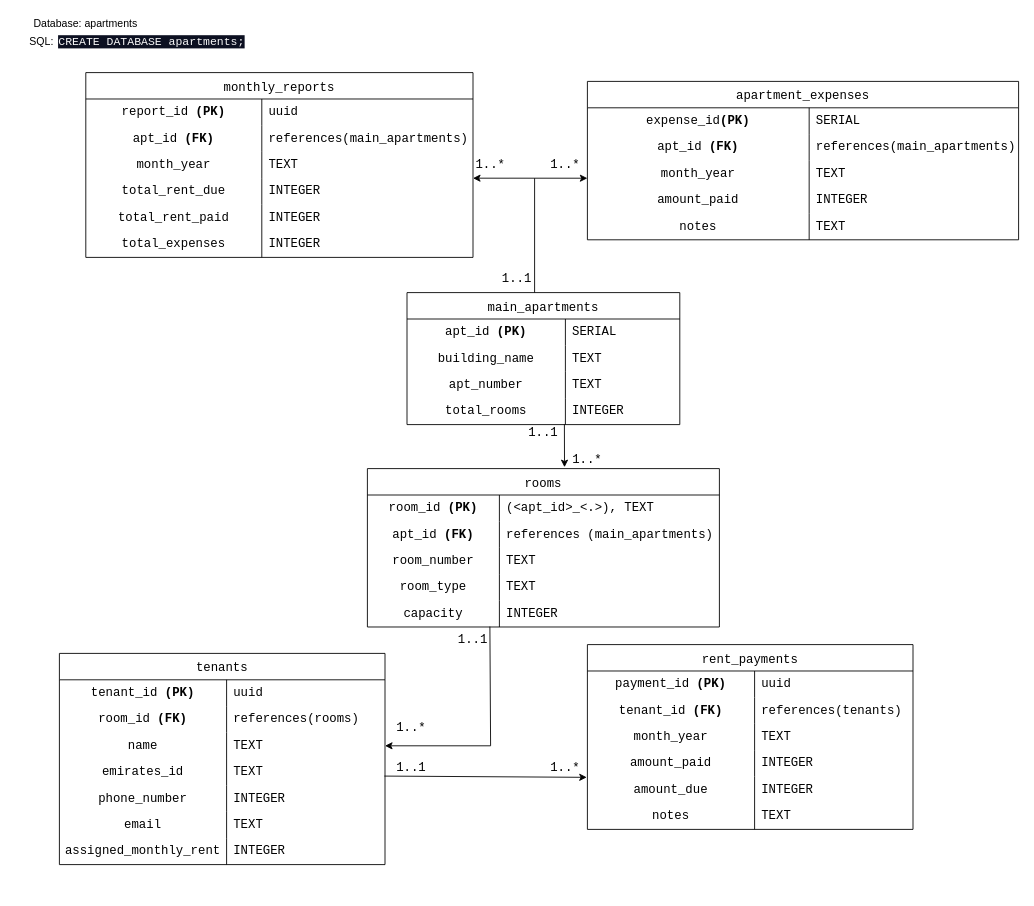
buudi/system-beta keeps this draw.io diagram as server-beta/db/Documentation/Entities.drawio. Above is the earlier version. Source tidied: cells renumbered, new cells numbered last; positions are measured from the earlier drawing's top-left corner, leaving out a move shared by most shapes. Both pictures are drawn from the tidied source at 88%, with x=0, y=0 at pixel (15, 15).
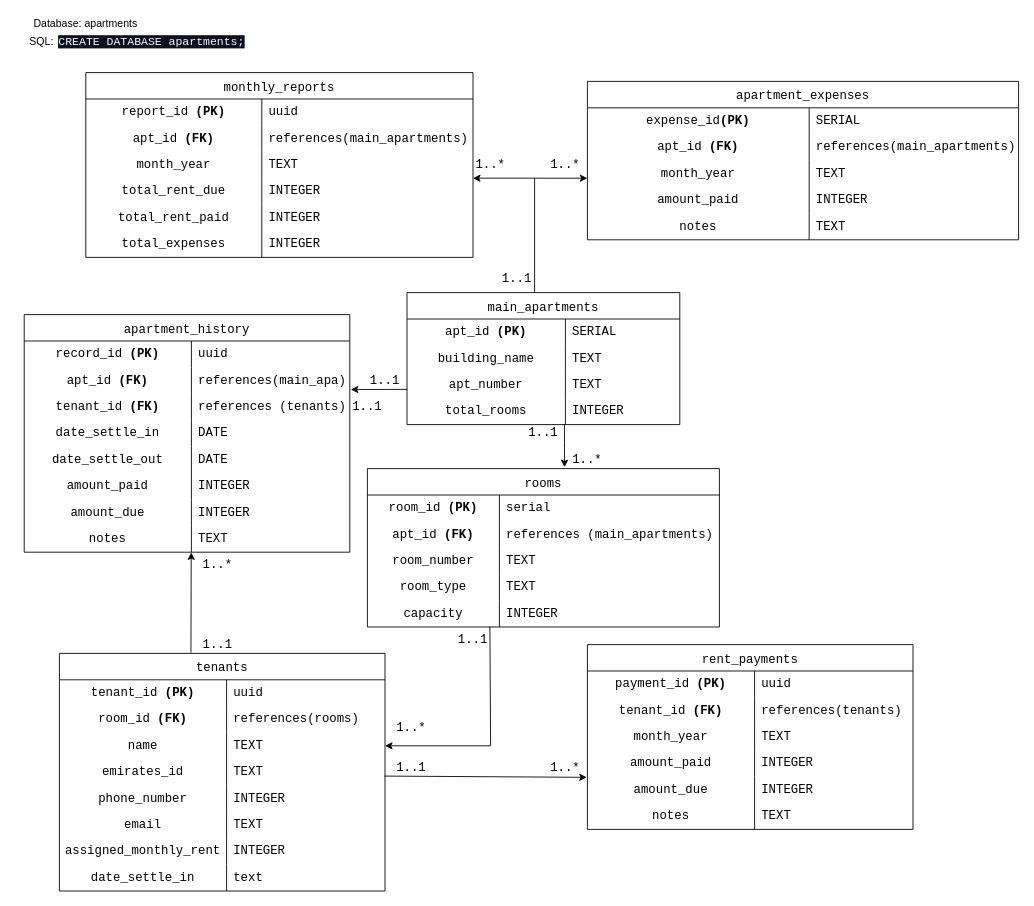
After the change.

The change refers to these unchanged cells:
```xml
<mxCell id="12" style="shape=tableRow;horizontal=0;startSize=0;swimlaneHead=0;swimlaneBody=0;top=0;left=0;bottom=0;right=0;fillColor=none;points=[[0,0.5],[1,0.5]];portConstraint=eastwest;strokeColor=inherit;fontSize=16;fontFamily=Courier New;" parent="5" vertex="1">
  <mxGeometry y="90" width="310" height="30" as="geometry" />
</mxCell>
<mxCell id="15" style="shape=tableRow;horizontal=0;startSize=0;swimlaneHead=0;swimlaneBody=0;top=0;left=0;bottom=0;right=0;fillColor=none;points=[[0,0.5],[1,0.5]];portConstraint=eastwest;strokeColor=inherit;fontSize=16;fontFamily=Courier New;" parent="5" vertex="1">
  <mxGeometry y="120" width="310" height="30" as="geometry" />
</mxCell>
<mxCell id="18" value="rooms" style="shape=table;startSize=30;childLayout=tableLayout;rowLines=0;fontStyle=0;strokeColor=default;fontSize=14;fontFamily=Courier New;" parent="1" vertex="1">
  <mxGeometry x="400" y="515" width="400" height="180" as="geometry" />
</mxCell>
<mxCell id="19" style="shape=tableRow;horizontal=0;startSize=0;swimlaneHead=0;swimlaneBody=0;top=0;left=0;bottom=0;right=0;fillColor=none;strokeColor=inherit;fontSize=16;fontFamily=Courier New;" parent="18" vertex="1">
  <mxGeometry y="30" width="400" height="30" as="geometry" />
</mxCell>
```

The edit, as a diff of the source:
```diff
@@
-    <mxCell id="21" value="(&amp;lt;apt_id&amp;gt;_&amp;lt;.&amp;gt;), TEXT" style="shape=partialRectangle;html=1;whiteSpace=wrap;fillColor=none;top=0;left=0;bottom=0;right=0;align=left;spacingLeft=6;overflow=hidden;strokeColor=inherit;fontSize=14;fontFamily=Courier New;" parent="19" vertex="1">
+    <mxCell id="21" value="serial" style="shape=partialRectangle;html=1;whiteSpace=wrap;fillColor=none;top=0;left=0;bottom=0;right=0;align=left;spacingLeft=6;overflow=hidden;strokeColor=inherit;fontSize=14;fontFamily=Courier New;" parent="19" vertex="1">
       <mxGeometry x="150" width="250" height="30" as="geometry" />
     </mxCell>
@@
     <mxCell id="34" value="tenants" style="shape=table;startSize=30;childLayout=tableLayout;rowLines=0;fontStyle=0;strokeColor=default;fontSize=14;fontFamily=Courier New;" parent="1" vertex="1">
-      <mxGeometry x="50" y="725" width="370" height="240" as="geometry" />
+      <mxGeometry x="50" y="725" width="370" height="270" as="geometry" />
     </mxCell>
@@
+    <mxCell id="124" style="shape=tableRow;horizontal=0;startSize=0;swimlaneHead=0;swimlaneBody=0;top=0;left=0;bottom=0;right=0;fillColor=none;strokeColor=inherit;fontSize=16;fontFamily=Courier New;" parent="34" vertex="1">
+      <mxGeometry y="240" width="370" height="30" as="geometry" />
+    </mxCell>
+    <mxCell id="125" value="date_settle_in" style="shape=partialRectangle;html=1;whiteSpace=wrap;fillColor=none;top=0;left=0;bottom=0;right=0;overflow=hidden;strokeColor=inherit;fontSize=14;fontFamily=Courier New;" parent="124" vertex="1">
+      <mxGeometry width="190" height="30" as="geometry" />
+    </mxCell>
+    <mxCell id="126" value="text" style="shape=partialRectangle;html=1;whiteSpace=wrap;fillColor=none;top=0;left=0;bottom=0;right=0;align=left;spacingLeft=6;overflow=hidden;strokeColor=inherit;fontSize=14;fontFamily=Courier New;" parent="124" vertex="1">
+      <mxGeometry x="190" width="180" height="30" as="geometry" />
+    </mxCell>
@@
     <mxCell id="115" style="endArrow=classic;html=1;rounded=0;fontFamily=Courier New;fontSize=14;exitX=0.577;exitY=0.99;exitDx=0;exitDy=0;exitPerimeter=0;entryX=0.56;entryY=-0.009;entryDx=0;entryDy=0;entryPerimeter=0;" parent="1" edge="1" source="15" target="18">
-      <mxGeometry relative="1" as="geometry" />
+      <mxGeometry relative="1" as="geometry">
+        <Array as="points">
+          <mxPoint x="624" y="485" />
+        </Array>
+      </mxGeometry>
     </mxCell>
@@
+    <mxCell id="127" value="apartment_history" style="shape=table;startSize=30;childLayout=tableLayout;rowLines=0;fontStyle=0;strokeColor=default;fontSize=14;fontFamily=Courier New;" parent="1" vertex="1">
+      <mxGeometry x="10" y="340" width="370" height="270" as="geometry" />
+    </mxCell>
+    <mxCell id="128" style="shape=tableRow;horizontal=0;startSize=0;swimlaneHead=0;swimlaneBody=0;top=0;left=0;bottom=0;right=0;fillColor=none;strokeColor=inherit;fontSize=16;fontFamily=Courier New;" parent="127" vertex="1">
+      <mxGeometry y="30" width="370" height="30" as="geometry" />
+    </mxCell>
+    <mxCell id="129" value="record_id &lt;b&gt;(PK)&lt;/b&gt;" style="shape=partialRectangle;html=1;whiteSpace=wrap;fillColor=none;top=0;left=0;bottom=0;right=0;overflow=hidden;strokeColor=inherit;fontSize=14;fontFamily=Courier New;" parent="128" vertex="1">
+      <mxGeometry width="190" height="30" as="geometry" />
+    </mxCell>
+    <mxCell id="130" value="uuid" style="shape=partialRectangle;html=1;whiteSpace=wrap;fillColor=none;top=0;left=0;bottom=0;right=0;align=left;spacingLeft=6;overflow=hidden;strokeColor=inherit;fontSize=14;fontFamily=Courier New;" parent="128" vertex="1">
+      <mxGeometry x="190" width="180" height="30" as="geometry" />
+    </mxCell>
+    <mxCell id="131" style="shape=tableRow;horizontal=0;startSize=0;swimlaneHead=0;swimlaneBody=0;top=0;left=0;bottom=0;right=0;fillColor=none;points=[[0,0.5],[1,0.5]];portConstraint=eastwest;strokeColor=inherit;fontSize=16;fontFamily=Courier New;" parent="127" vertex="1">
+      <mxGeometry y="60" width="370" height="30" as="geometry" />
+    </mxCell>
+    <mxCell id="132" value="apt_id&amp;nbsp;&lt;b&gt;(FK)&lt;/b&gt;" style="shape=partialRectangle;html=1;whiteSpace=wrap;fillColor=none;top=0;left=0;bottom=0;right=0;overflow=hidden;strokeColor=inherit;fontSize=14;fontFamily=Courier New;" parent="131" vertex="1">
+      <mxGeometry width="190" height="30" as="geometry" />
+    </mxCell>
+    <mxCell id="133" value="references(main_apa)" style="shape=partialRectangle;html=1;whiteSpace=wrap;fillColor=none;top=0;left=0;bottom=0;right=0;align=left;spacingLeft=6;overflow=hidden;strokeColor=inherit;fontSize=14;fontFamily=Courier New;" parent="131" vertex="1">
+      <mxGeometry x="190" width="180" height="30" as="geometry" />
+    </mxCell>
+    <mxCell id="134" style="shape=tableRow;horizontal=0;startSize=0;swimlaneHead=0;swimlaneBody=0;top=0;left=0;bottom=0;right=0;fillColor=none;strokeColor=inherit;fontSize=16;fontFamily=Courier New;" parent="127" vertex="1">
+      <mxGeometry y="90" width="370" height="30" as="geometry" />
+    </mxCell>
+    <mxCell id="135" value="tenant_id &lt;b&gt;(FK)&lt;/b&gt;" style="shape=partialRectangle;html=1;whiteSpace=wrap;fillColor=none;top=0;left=0;bottom=0;right=0;overflow=hidden;strokeColor=inherit;fontSize=14;fontFamily=Courier New;" parent="134" vertex="1">
+      <mxGeometry width="190" height="30" as="geometry" />
+    </mxCell>
+    <mxCell id="136" value="references (tenants)" style="shape=partialRectangle;html=1;whiteSpace=wrap;fillColor=none;top=0;left=0;bottom=0;right=0;align=left;spacingLeft=6;overflow=hidden;strokeColor=inherit;fontSize=14;fontFamily=Courier New;" parent="134" vertex="1">
+      <mxGeometry x="190" width="180" height="30" as="geometry" />
+    </mxCell>
+    <mxCell id="137" style="shape=tableRow;horizontal=0;startSize=0;swimlaneHead=0;swimlaneBody=0;top=0;left=0;bottom=0;right=0;fillColor=none;strokeColor=inherit;fontSize=16;fontFamily=Courier New;" parent="127" vertex="1">
+      <mxGeometry y="120" width="370" height="30" as="geometry" />
+    </mxCell>
+    <mxCell id="138" value="date_settle_in" style="shape=partialRectangle;html=1;whiteSpace=wrap;fillColor=none;top=0;left=0;bottom=0;right=0;overflow=hidden;strokeColor=inherit;fontSize=14;fontFamily=Courier New;" parent="137" vertex="1">
+      <mxGeometry width="190" height="30" as="geometry" />
+    </mxCell>
+    <mxCell id="139" value="DATE" style="shape=partialRectangle;html=1;whiteSpace=wrap;fillColor=none;top=0;left=0;bottom=0;right=0;align=left;spacingLeft=6;overflow=hidden;strokeColor=inherit;fontSize=14;fontFamily=Courier New;" parent="137" vertex="1">
+      <mxGeometry x="190" width="180" height="30" as="geometry" />
+    </mxCell>
+    <mxCell id="140" style="shape=tableRow;horizontal=0;startSize=0;swimlaneHead=0;swimlaneBody=0;top=0;left=0;bottom=0;right=0;fillColor=none;strokeColor=inherit;fontSize=16;fontFamily=Courier New;" parent="127" vertex="1">
+      <mxGeometry y="150" width="370" height="30" as="geometry" />
+    </mxCell>
+    <mxCell id="141" value="date_settle_out" style="shape=partialRectangle;html=1;whiteSpace=wrap;fillColor=none;top=0;left=0;bottom=0;right=0;overflow=hidden;strokeColor=inherit;fontSize=14;fontFamily=Courier New;" parent="140" vertex="1">
+      <mxGeometry width="190" height="30" as="geometry" />
+    </mxCell>
+    <mxCell id="142" value="DATE" style="shape=partialRectangle;html=1;whiteSpace=wrap;fillColor=none;top=0;left=0;bottom=0;right=0;align=left;spacingLeft=6;overflow=hidden;strokeColor=inherit;fontSize=14;fontFamily=Courier New;" parent="140" vertex="1">
+      <mxGeometry x="190" width="180" height="30" as="geometry" />
+    </mxCell>
+    <mxCell id="143" style="shape=tableRow;horizontal=0;startSize=0;swimlaneHead=0;swimlaneBody=0;top=0;left=0;bottom=0;right=0;fillColor=none;strokeColor=inherit;fontSize=16;fontFamily=Courier New;" parent="127" vertex="1">
+      <mxGeometry y="180" width="370" height="30" as="geometry" />
+    </mxCell>
+    <mxCell id="144" value="amount_paid" style="shape=partialRectangle;html=1;whiteSpace=wrap;fillColor=none;top=0;left=0;bottom=0;right=0;overflow=hidden;strokeColor=inherit;fontSize=14;fontFamily=Courier New;" parent="143" vertex="1">
+      <mxGeometry width="190" height="30" as="geometry" />
+    </mxCell>
+    <mxCell id="145" value="INTEGER" style="shape=partialRectangle;html=1;whiteSpace=wrap;fillColor=none;top=0;left=0;bottom=0;right=0;align=left;spacingLeft=6;overflow=hidden;strokeColor=inherit;fontSize=14;fontFamily=Courier New;" parent="143" vertex="1">
+      <mxGeometry x="190" width="180" height="30" as="geometry" />
+    </mxCell>
+    <mxCell id="146" style="shape=tableRow;horizontal=0;startSize=0;swimlaneHead=0;swimlaneBody=0;top=0;left=0;bottom=0;right=0;fillColor=none;strokeColor=inherit;fontSize=16;fontFamily=Courier New;" parent="127" vertex="1">
+      <mxGeometry y="210" width="370" height="30" as="geometry" />
+    </mxCell>
+    <mxCell id="147" value="amount_due" style="shape=partialRectangle;html=1;whiteSpace=wrap;fillColor=none;top=0;left=0;bottom=0;right=0;overflow=hidden;strokeColor=inherit;fontSize=14;fontFamily=Courier New;" parent="146" vertex="1">
+      <mxGeometry width="190" height="30" as="geometry" />
+    </mxCell>
+    <mxCell id="148" value="INTEGER" style="shape=partialRectangle;html=1;whiteSpace=wrap;fillColor=none;top=0;left=0;bottom=0;right=0;align=left;spacingLeft=6;overflow=hidden;strokeColor=inherit;fontSize=14;fontFamily=Courier New;" parent="146" vertex="1">
+      <mxGeometry x="190" width="180" height="30" as="geometry" />
+    </mxCell>
+    <mxCell id="149" style="shape=tableRow;horizontal=0;startSize=0;swimlaneHead=0;swimlaneBody=0;top=0;left=0;bottom=0;right=0;fillColor=none;points=[[0,0.5],[1,0.5]];portConstraint=eastwest;strokeColor=inherit;fontSize=16;fontFamily=Courier New;" parent="127" vertex="1">
+      <mxGeometry y="240" width="370" height="30" as="geometry" />
+    </mxCell>
+    <mxCell id="150" value="notes" style="shape=partialRectangle;html=1;whiteSpace=wrap;fillColor=none;top=0;left=0;bottom=0;right=0;overflow=hidden;strokeColor=inherit;fontSize=14;fontFamily=Courier New;" parent="149" vertex="1">
+      <mxGeometry width="190" height="30" as="geometry" />
+    </mxCell>
+    <mxCell id="151" value="TEXT" style="shape=partialRectangle;html=1;whiteSpace=wrap;fillColor=none;top=0;left=0;bottom=0;right=0;align=left;spacingLeft=6;overflow=hidden;strokeColor=inherit;fontSize=14;fontFamily=Courier New;" parent="149" vertex="1">
+      <mxGeometry x="190" width="180" height="30" as="geometry" />
+    </mxCell>
+    <mxCell id="152" style="endArrow=classic;html=1;rounded=0;exitX=0.001;exitY=0.666;exitDx=0;exitDy=0;entryX=1.003;entryY=0.837;entryDx=0;entryDy=0;entryPerimeter=0;exitPerimeter=0;" parent="1" edge="1" source="12" target="131">
+      <mxGeometry relative="1" as="geometry" />
+    </mxCell>
+    <mxCell id="153" style="endArrow=classic;html=1;rounded=0;exitX=0.404;exitY=-0.003;exitDx=0;exitDy=0;exitPerimeter=0;entryX=0.513;entryY=1.009;entryDx=0;entryDy=0;entryPerimeter=0;" parent="1" edge="1" source="34" target="149">
+      <mxGeometry relative="1" as="geometry" />
+    </mxCell>
+    <mxCell id="154" value="1..1" style="text;html=1;strokeColor=none;fillColor=none;align=center;verticalAlign=middle;whiteSpace=wrap;rounded=0;fontSize=14;fontFamily=Courier New;" parent="1" vertex="1">
+      <mxGeometry x="390" y="405" width="60" height="20" as="geometry" />
+    </mxCell>
+    <mxCell id="155" value="1..1" style="text;html=1;strokeColor=none;fillColor=none;align=center;verticalAlign=middle;whiteSpace=wrap;rounded=0;fontSize=14;fontFamily=Courier New;" parent="1" vertex="1">
+      <mxGeometry x="370" y="435" width="60" height="20" as="geometry" />
+    </mxCell>
+    <mxCell id="156" value="1..1" style="text;html=1;strokeColor=none;fillColor=none;align=center;verticalAlign=middle;whiteSpace=wrap;rounded=0;fontSize=14;fontFamily=Courier New;" parent="1" vertex="1">
+      <mxGeometry x="200" y="705" width="60" height="20" as="geometry" />
+    </mxCell>
+    <mxCell id="157" value="1..*" style="text;html=1;strokeColor=none;fillColor=none;align=center;verticalAlign=middle;whiteSpace=wrap;rounded=0;fontSize=14;fontFamily=Courier New;" parent="1" vertex="1">
+      <mxGeometry x="200" y="615" width="60" height="20" as="geometry" />
+    </mxCell>
```
